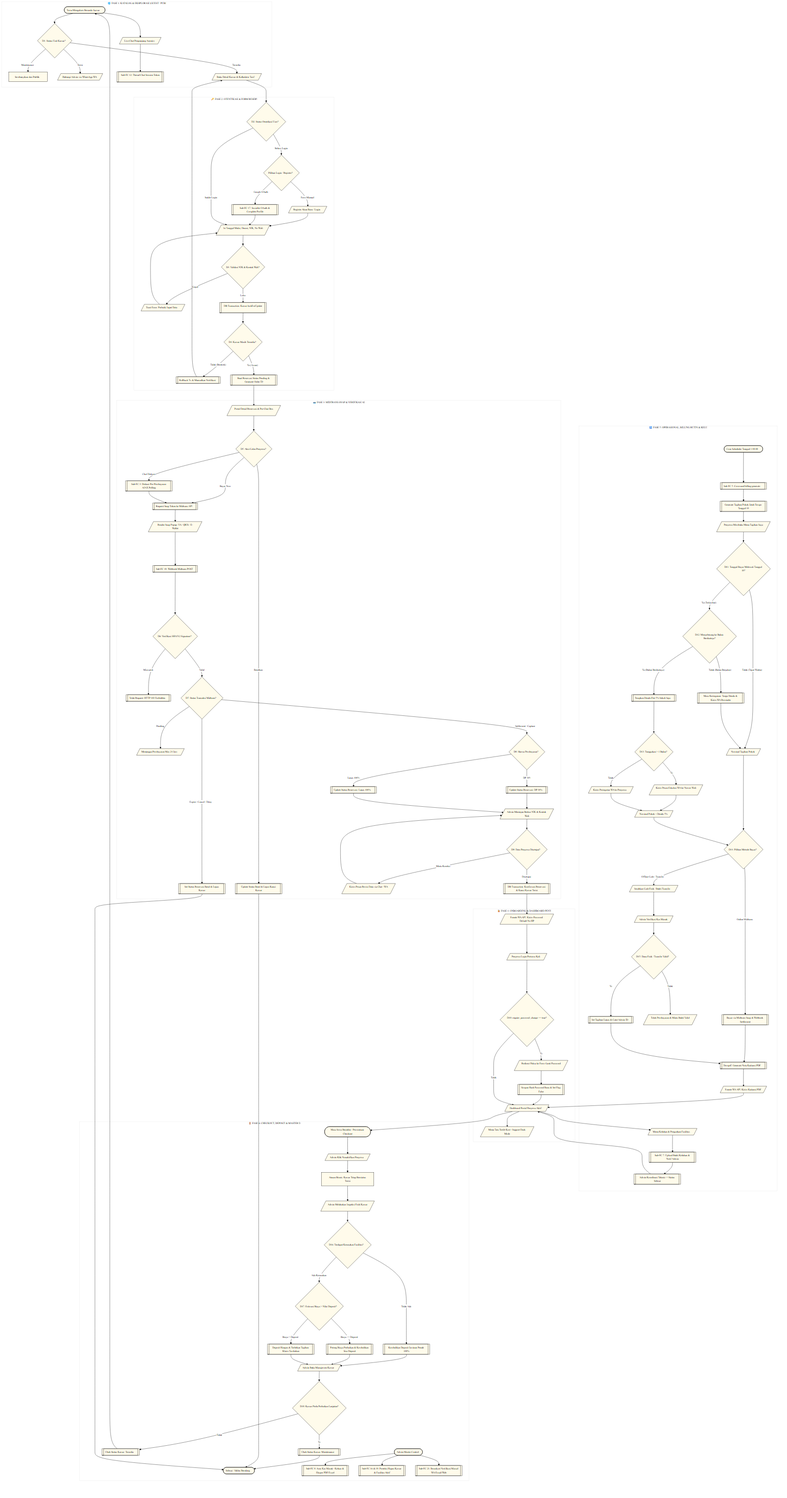
Before: Blueprint/flowchart/grand_process_decision_flow.png, a diagram exported from Mermaid (rafifarsyapradiva/asri-boarding-house). Its source is kept beside it as Blueprint/flowchart/grand_process_decision_flow.mmd.
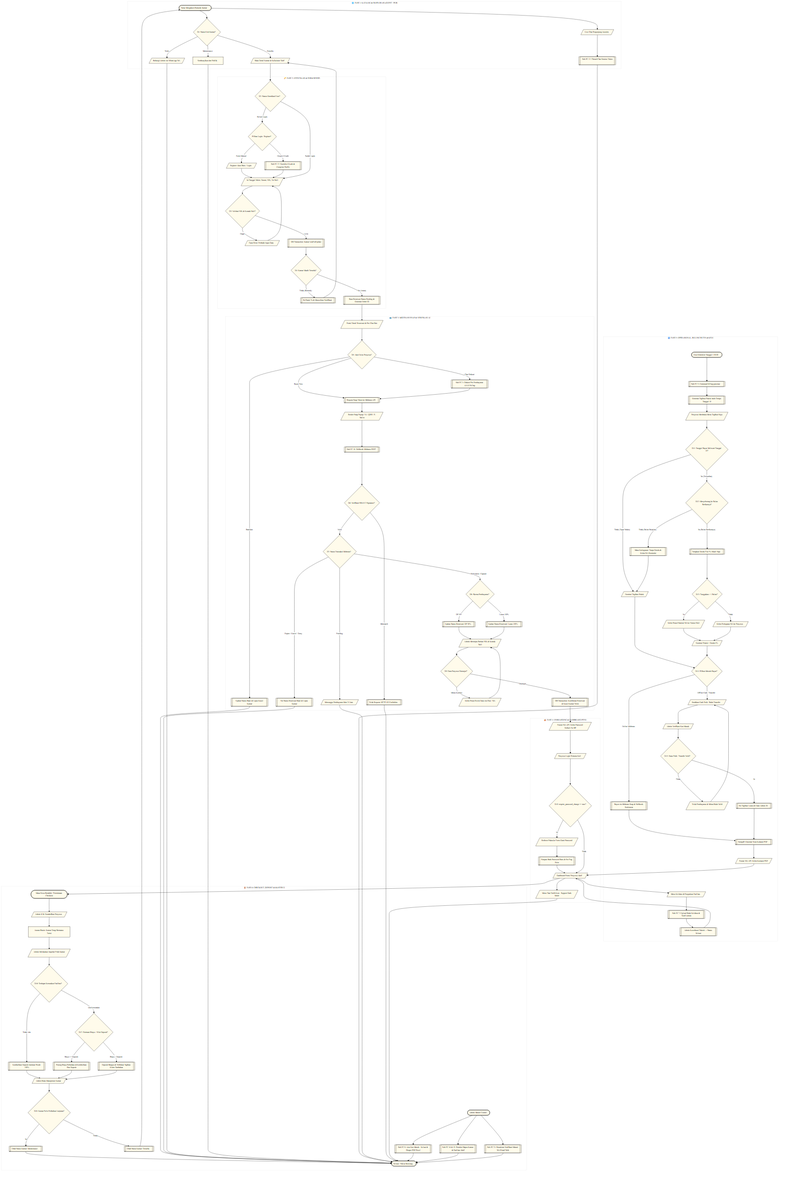
After the commit.

Change to the diagram source:
```diff
@@ -165,5 +165,15 @@
 
     UserCancel --> EndNode
     AutoCancelBooking --> EndNode
+    CTAChatAdmin --> EndNode
+    HideRoom --> EndNode
+    GuestChatSub --> EndNode
+    WaitMidtrans --> EndNode
+    RejectWebhook --> EndNode
+    RulesView --> EndNode
+    RejectCash --> SubmitOfflineDoc
     AdminResolveComplaint --> TenantDashboard
     SendWAReceipt --> TenantDashboard
+    CashFlowSub --> EndNode
+    MasterSafetySub --> EndNode
+    BroadcastSub --> EndNode
```
